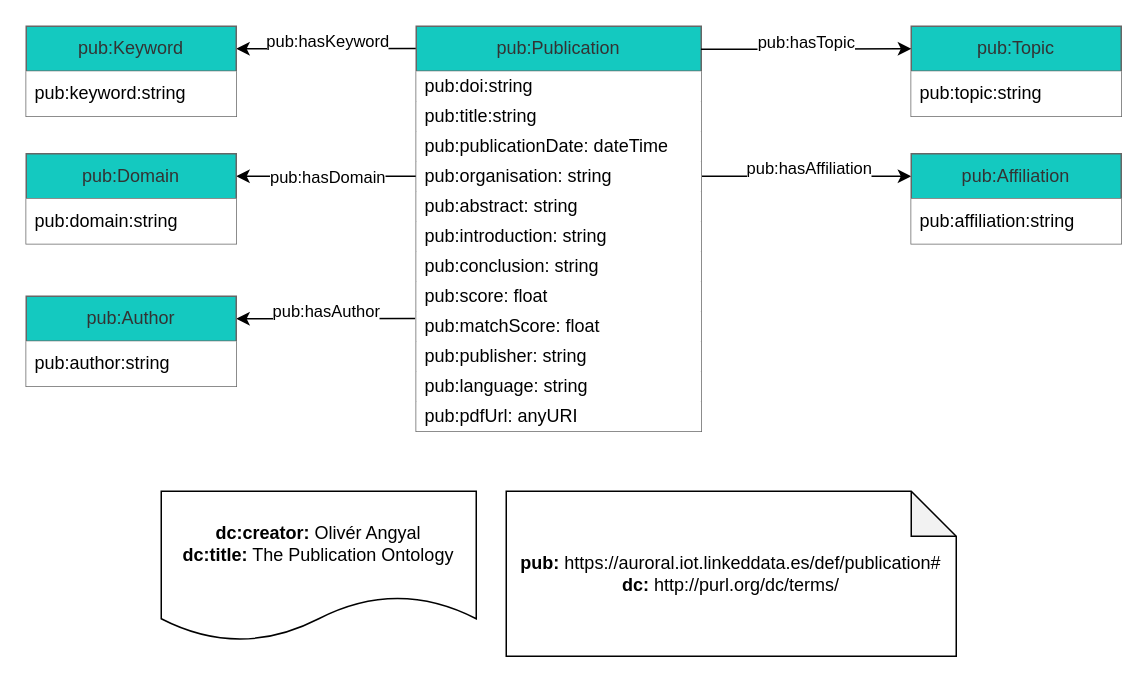
This is Diagram/publication.drawio from ScoutinScience/auroral-publication-ontology, a draw.io file, before an edit. Source tidied: cells renumbered, new cells numbered last; positions are measured from the earlier drawing's top-left corner, leaving out a move shared by most shapes. Both pictures are drawn from the tidied source at 150%, with x=0, y=0 at pixel (26, 26).
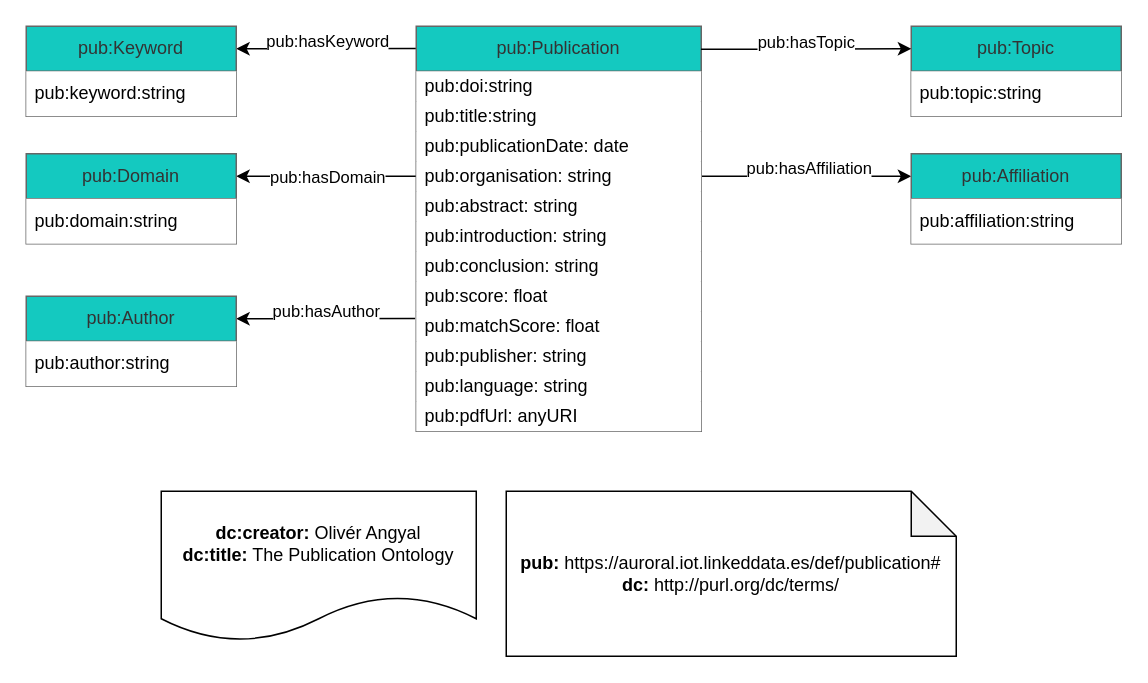
Above is the later version.

The change refers to these unchanged cells:
```xml
<mxCell id="10" value="pub:Publication" style="swimlane;fontStyle=0;horizontal=1;startSize=30;whiteSpace=wrap;html=1;rounded=0;fillColor=#14c9c0;fontColor=#333333;strokeColor=#666666;" parent="1" vertex="1">
  <mxGeometry x="260" width="190" height="270" as="geometry" />
</mxCell>
```

The edit, as a diff of the source:
```diff
@@
-    <mxCell id="13" value="pub:publicationDate: dateTime" style="text;strokeColor=none;fillColor=default;align=left;verticalAlign=middle;spacingLeft=4;spacingRight=4;overflow=hidden;whiteSpace=wrap;html=1;rounded=0;" parent="10" vertex="1">
+    <mxCell id="13" value="pub:publicationDate: date" style="text;strokeColor=none;fillColor=default;align=left;verticalAlign=middle;spacingLeft=4;spacingRight=4;overflow=hidden;whiteSpace=wrap;html=1;rounded=0;" parent="10" vertex="1">
       <mxGeometry y="70" width="190" height="20" as="geometry" />
     </mxCell>
```
